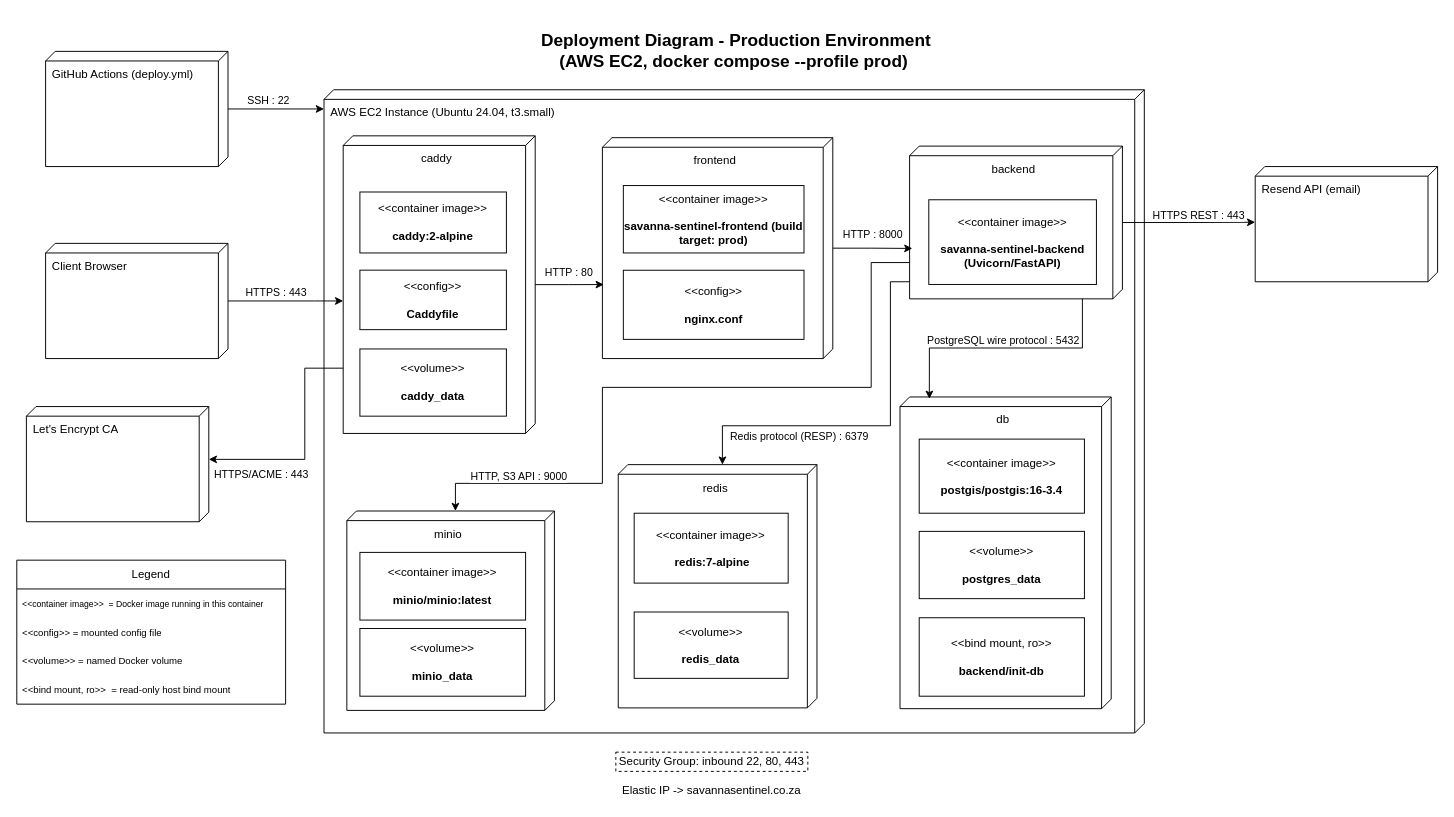
The draw.io diagram page "Production" (1 of 2) of docs/demo2/deployment/deployment_diagram.drawio in COS301-SE-2026/Savanna-Sentinel, before the edit. Source tidied: cells renumbered, new cells numbered last; positions are measured from the earlier drawing's top-left corner, leaving out a move shared by most shapes. Both pictures are drawn from the tidied source at 96%, with x=0, y=0 at pixel (16, 22).
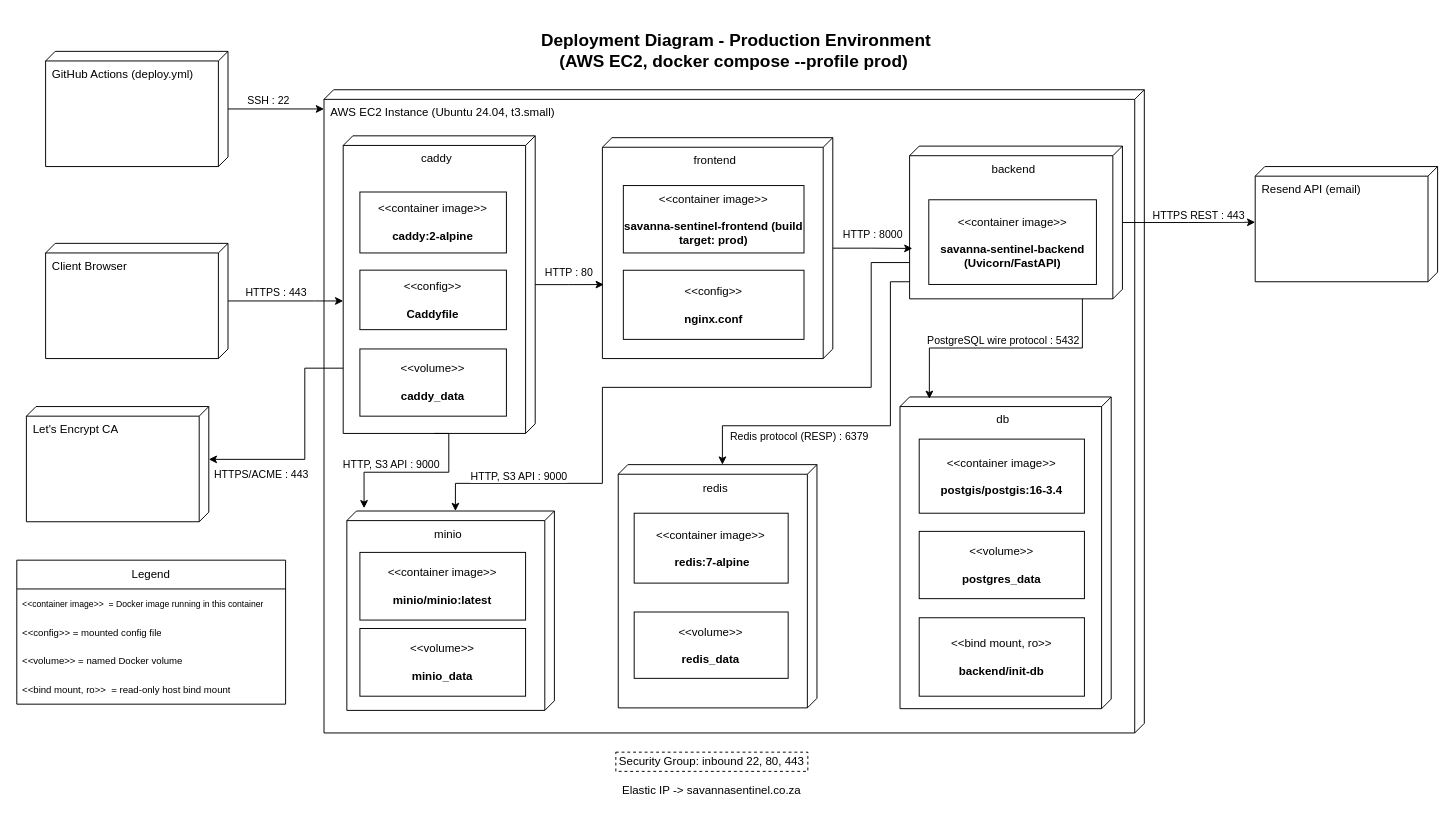
The same page after the edit.

The change refers to these unchanged cells:
```xml
<mxCell id="3" value="AWS EC2 Instance (Ubuntu 24.04, t3.small)" style="verticalAlign=top;align=left;shape=cube;size=10;direction=south;fontStyle=0;html=1;boundedLbl=1;spacingLeft=5;whiteSpace=wrap;" parent="1" vertex="1">
  <mxGeometry x="320" y="70" width="854.5" height="670" as="geometry" />
</mxCell>
<mxCell id="4" value="caddy" style="verticalAlign=top;align=center;shape=cube;size=10;direction=south;html=1;boundedLbl=1;spacingLeft=5;whiteSpace=wrap;" parent="3" vertex="1">
  <mxGeometry width="200" height="310" relative="1" as="geometry">
    <mxPoint x="20" y="48" as="offset" />
  </mxGeometry>
</mxCell>
<mxCell id="20" value="minio" style="verticalAlign=top;align=center;shape=cube;size=10;direction=south;html=1;boundedLbl=1;spacingLeft=5;whiteSpace=wrap;" parent="3" vertex="1">
  <mxGeometry x="23.8" y="438.8" width="216.2" height="207.7" as="geometry" />
</mxCell>
```

The edit, as a diff of the source:
```diff
@@
+    <mxCell id="52" value="HTTP, S3 API : 9000" style="edgeStyle=orthogonalEdgeStyle;rounded=0;jettySize=auto;html=1;exitX=0;exitY=0;exitDx=310;exitDy=105;exitPerimeter=0;entryX=-0.014;entryY=0.917;entryDx=0;entryDy=0;entryPerimeter=0;" parent="3" edge="1" source="4" target="20">
+      <mxGeometry x="0.27" y="-8" relative="1" as="geometry">
+        <Array as="points">
+          <mxPoint x="130" y="358" />
+          <mxPoint x="130" y="398.4" />
+          <mxPoint x="41.7" y="398.4" />
+        </Array>
+      </mxGeometry>
+    </mxCell>
```
